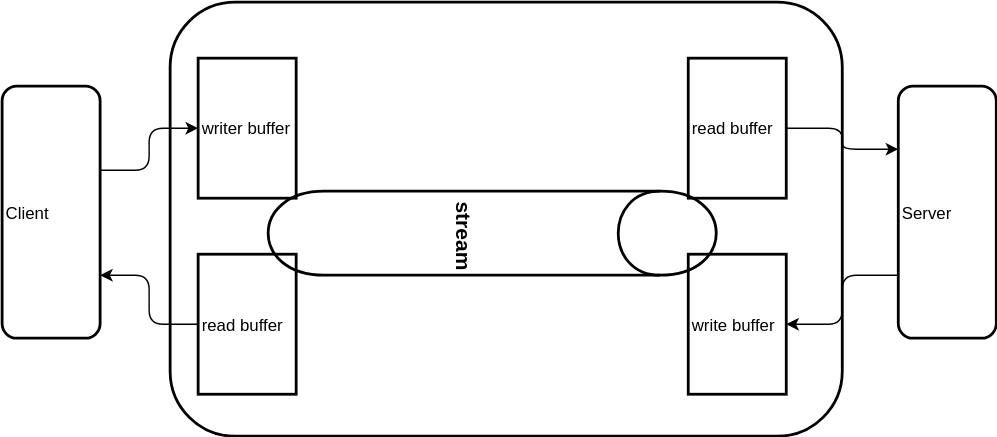
simbahebinbo/smallfat.github.io keeps this draw.io diagram as attachments/1674173629455.drawio.svg. Above is the earlier version. Source tidied: cells renumbered, new cells last; positions are measured from the earlier drawing's top-left corner, leaving out a move shared by most shapes.
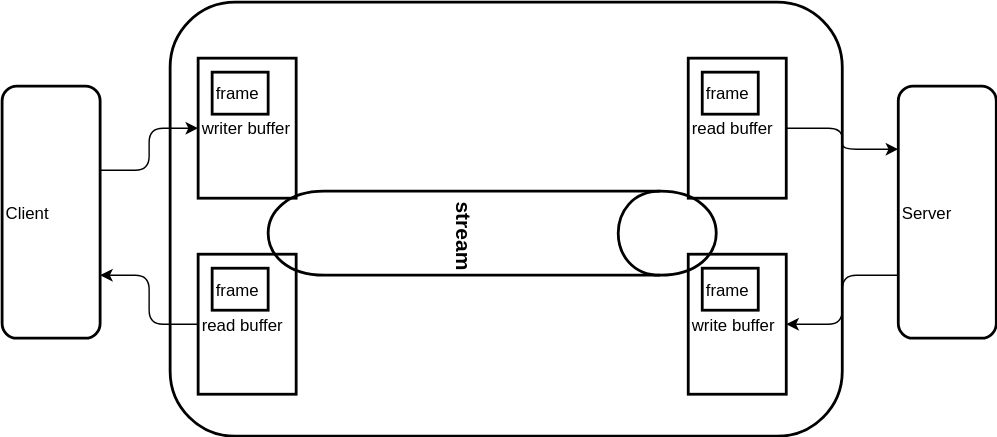
Above is the later version.

Commit message:
添加附件 : attachments/1674173629455.drawio.svg

The edit, as a diff of the source:
```diff
@@ -40,5 +40,17 @@
     <mxCell id="13" style="edgeStyle=elbowEdgeStyle;elbow=horizontal;endArrow=classic;html=1;strokeColor=#000000;fontSize=15;entryX=1;entryY=0.5;entryDx=0;entryDy=0;exitX=0;exitY=0.75;exitDx=0;exitDy=0;" parent="1" edge="1" source="9" target="8">
       <mxGeometry relative="1" as="geometry" />
     </mxCell>
+    <mxCell id="14" value="frame" style="rounded=0;whiteSpace=wrap;html=1;shadow=0;glass=0;comic=0;strokeColor=#000000;strokeWidth=2;fillColor=none;align=left;" parent="1" vertex="1">
+      <mxGeometry x="150" y="50" width="40" height="30" as="geometry" />
+    </mxCell>
+    <mxCell id="15" value="frame" style="rounded=0;whiteSpace=wrap;html=1;shadow=0;glass=0;comic=0;strokeColor=#000000;strokeWidth=2;fillColor=none;align=left;" parent="1" vertex="1">
+      <mxGeometry x="150" y="190" width="40" height="30" as="geometry" />
+    </mxCell>
+    <mxCell id="16" value="frame" style="rounded=0;whiteSpace=wrap;html=1;shadow=0;glass=0;comic=0;strokeColor=#000000;strokeWidth=2;fillColor=none;align=left;" parent="1" vertex="1">
+      <mxGeometry x="500" y="50" width="40" height="30" as="geometry" />
+    </mxCell>
+    <mxCell id="17" value="frame" style="rounded=0;whiteSpace=wrap;html=1;shadow=0;glass=0;comic=0;strokeColor=#000000;strokeWidth=2;fillColor=none;align=left;" parent="1" vertex="1">
+      <mxGeometry x="500" y="190" width="40" height="30" as="geometry" />
+    </mxCell>
   </root>
 </mxGraphModel>
```
